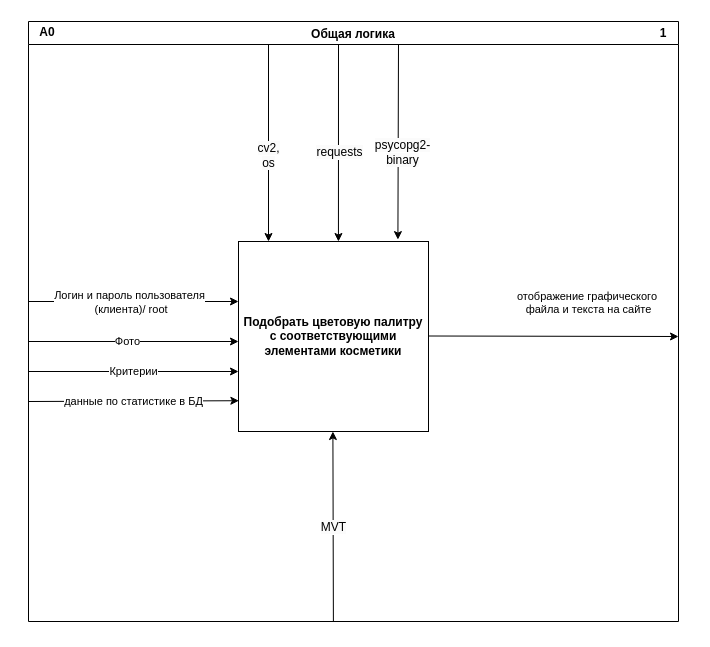
This is page "Общая логика (А0)" (1 of 7) of documentation/Диаграмма без названия.drawio from DashaTkach/Project, a draw.io file, before an edit. Source tidied: cells renumbered, new cells numbered last; positions are measured from the earlier drawing's top-left corner, leaving out a move shared by most shapes. Both pictures are drawn from the tidied source at 100%, with x=0, y=0 at pixel (17, 17).
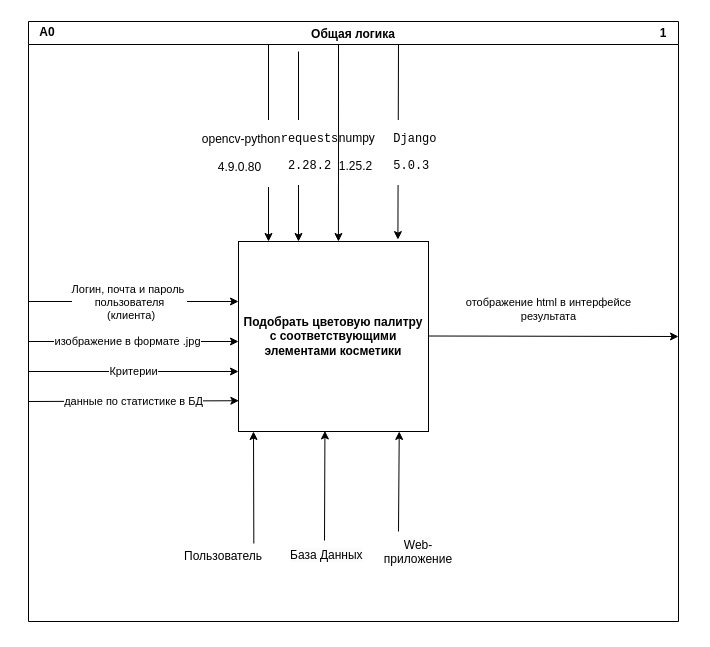
The same diagram, later.

Unchanged cells that the change refers to:
```xml
<mxCell id="2" value="&lt;b&gt;Подобрать цветовую палитру с соответствующими элементами косметики&lt;/b&gt;" style="whiteSpace=wrap;html=1;" parent="1" vertex="1">
  <mxGeometry x="221" y="224" width="190" height="190" as="geometry" />
</mxCell>
<mxCell id="5" style="endArrow=classic;html=1;rounded=0;entryX=0.75;entryY=0;entryDx=0;entryDy=0;" parent="1" edge="1">
  <mxGeometry relative="1" as="geometry">
    <mxPoint x="251" y="24" as="sourcePoint" />
    <mxPoint x="251" y="224" as="targetPoint" />
  </mxGeometry>
</mxCell>
<mxCell id="7" style="endArrow=classic;html=1;rounded=0;entryX=0.526;entryY=0;entryDx=0;entryDy=0;entryPerimeter=0;" parent="1" edge="1" target="2">
  <mxGeometry relative="1" as="geometry">
    <mxPoint x="321" y="24" as="sourcePoint" />
  </mxGeometry>
</mxCell>
<mxCell id="9" style="endArrow=classic;html=1;rounded=0;entryX=0.839;entryY=-0.01;entryDx=0;entryDy=0;entryPerimeter=0;" parent="1" edge="1" target="2">
  <mxGeometry relative="1" as="geometry">
    <mxPoint x="381" y="24" as="sourcePoint" />
  </mxGeometry>
</mxCell>
<mxCell id="12" value="Общая логика" style="swimlane;" parent="1" vertex="1">
  <mxGeometry x="11" y="4" width="650" height="600" as="geometry" />
</mxCell>
<mxCell id="16" style="endArrow=classic;html=1;rounded=0;" parent="12" edge="1">
  <mxGeometry relative="1" as="geometry">
    <mxPoint y="320" as="sourcePoint" />
    <mxPoint x="210" y="320" as="targetPoint" />
  </mxGeometry>
</mxCell>
```

The edit, as a diff of the source:
```diff
@@
-    <mxCell id="6" value="&lt;span style=&quot;font-size: 12px; text-wrap: wrap; background-color: rgb(251, 251, 251);&quot;&gt;cv2, os&lt;/span&gt;" style="edgeLabel;html=1;align=center;verticalAlign=middle;" parent="5" vertex="1">
-      <mxGeometry x="0.13" y="-1" relative="1" as="geometry" />
+    <mxCell id="6" value="&lt;pre style=&quot;font-size: 12px; text-align: left;&quot;&gt;&lt;font face=&quot;Helvetica&quot;&gt; opencv-python&lt;/font&gt;&lt;/pre&gt;&lt;pre style=&quot;font-size: 12px;&quot;&gt;&lt;font face=&quot;Helvetica&quot;&gt;4.9.0.80&lt;/font&gt;&lt;/pre&gt;" style="edgeLabel;html=1;align=center;verticalAlign=middle;" parent="5" vertex="1">
+      <mxGeometry x="0.13" y="-1" relative="1" as="geometry">
+        <mxPoint x="-29" y="-2" as="offset" />
+      </mxGeometry>
     </mxCell>
@@
-    <mxCell id="8" value="&lt;span style=&quot;font-size: 12px; text-wrap: wrap; background-color: rgb(251, 251, 251);&quot;&gt;requests&lt;/span&gt;" style="edgeLabel;html=1;align=center;verticalAlign=middle;" parent="7" vertex="1">
+    <mxCell id="8" value="&lt;pre style=&quot;font-size: 12px; text-align: left;&quot;&gt;&lt;font face=&quot;Helvetica&quot;&gt;numpy &lt;/font&gt;&lt;/pre&gt;&lt;pre style=&quot;font-size: 12px; text-align: left;&quot;&gt;&lt;font face=&quot;Helvetica&quot;&gt;1.25.2&lt;/font&gt;&lt;/pre&gt;" style="edgeLabel;html=1;align=center;verticalAlign=middle;" parent="7" vertex="1">
       <mxGeometry x="0.39" y="1" relative="1" as="geometry">
-        <mxPoint y="-29" as="offset" />
+        <mxPoint x="19" y="-29" as="offset" />
       </mxGeometry>
     </mxCell>
@@
-    <mxCell id="10" value="&lt;span style=&quot;font-size: 12px; text-wrap: wrap; background-color: rgb(251, 251, 251);&quot;&gt;psycopg2-binary&lt;/span&gt;" style="edgeLabel;html=1;align=center;verticalAlign=middle;" parent="9" vertex="1">
+    <mxCell id="10" value="&lt;pre style=&quot;font-size: 12px; text-align: left;&quot;&gt;Django &lt;/pre&gt;&lt;pre style=&quot;font-size: 12px; text-align: left;&quot;&gt;5.0.3&lt;/pre&gt;" style="edgeLabel;html=1;align=center;verticalAlign=middle;" parent="9" vertex="1">
       <mxGeometry x="-0.08" y="2" relative="1" as="geometry">
-        <mxPoint x="2" y="19" as="offset" />
+        <mxPoint x="18" y="19" as="offset" />
       </mxGeometry>
     </mxCell>
-    <mxCell id="11" value="отображение графического&amp;nbsp;&lt;div&gt;файла и текста на сайте&lt;div&gt;&lt;br&gt;&lt;/div&gt;&lt;/div&gt;" style="edgeLabel;html=1;align=center;verticalAlign=middle;" parent="1" vertex="1">
-      <mxGeometry x="151" y="254" as="geometry">
-        <mxPoint x="419" y="37" as="offset" />
-      </mxGeometry>
-    </mxCell>
@@
-    <mxCell id="14" style="endArrow=classic;html=1;rounded=0;entryX=0.25;entryY=1;entryDx=0;entryDy=0;" parent="12" edge="1">
-      <mxGeometry relative="1" as="geometry">
-        <mxPoint x="304.9" y="600" as="sourcePoint" />
-        <mxPoint x="304.4" y="410" as="targetPoint" />
-      </mxGeometry>
-    </mxCell>
-    <mxCell id="15" value="&lt;span style=&quot;font-size: 12px; text-wrap: wrap; background-color: rgb(251, 251, 251);&quot;&gt;MVT&lt;/span&gt;" style="edgeLabel;html=1;align=center;verticalAlign=middle;" parent="14" vertex="1">
-      <mxGeometry x="-0.23" relative="1" as="geometry">
-        <mxPoint y="-22" as="offset" />
-      </mxGeometry>
-    </mxCell>
@@
-    <mxCell id="17" value="Фото" style="edgeLabel;html=1;align=center;verticalAlign=middle;" parent="16" vertex="1">
+    <mxCell id="17" value="изображение в формате .jpg" style="edgeLabel;html=1;align=center;verticalAlign=middle;" parent="16" vertex="1">
       <mxGeometry x="-0.07" y="1" relative="1" as="geometry" />
     </mxCell>
@@
-    <mxCell id="20" value="Логин и пароль пользователя&lt;div&gt;&amp;nbsp;(клиента)/ root&lt;/div&gt;" style="edgeLabel;html=1;align=center;verticalAlign=middle;" parent="12" vertex="1">
+    <mxCell id="20" value="Логин, почта и пароль&amp;nbsp;&lt;div&gt;пользователя&lt;div&gt;&amp;nbsp;(клиента)&lt;/div&gt;&lt;/div&gt;" style="edgeLabel;html=1;align=center;verticalAlign=middle;" parent="12" vertex="1">
       <mxGeometry x="100" y="280" as="geometry" />
     </mxCell>
+    <mxCell id="22" style="endArrow=classic;html=1;rounded=0;entryX=0.75;entryY=0;entryDx=0;entryDy=0;" parent="12" edge="1">
+      <mxGeometry relative="1" as="geometry">
+        <mxPoint x="270" y="30" as="sourcePoint" />
+        <mxPoint x="270" y="220" as="targetPoint" />
+      </mxGeometry>
+    </mxCell>
+    <mxCell id="23" value="&lt;pre style=&quot;font-size: 12px; text-align: left;&quot;&gt;requests&lt;/pre&gt;&lt;pre style=&quot;font-size: 12px;&quot;&gt;2.28.2&lt;/pre&gt;" style="edgeLabel;html=1;align=center;verticalAlign=middle;" parent="22" vertex="1">
+      <mxGeometry x="0.13" y="-1" relative="1" as="geometry">
+        <mxPoint x="11" y="-7" as="offset" />
+      </mxGeometry>
+    </mxCell>
+    <mxCell id="24" value="&lt;span style=&quot;color: rgb(0, 0, 0); font-family: Helvetica; font-size: 12px; font-style: normal; font-variant-ligatures: normal; font-variant-caps: normal; font-weight: 400; letter-spacing: normal; orphans: 2; text-align: center; text-indent: 0px; text-transform: none; widows: 2; word-spacing: 0px; -webkit-text-stroke-width: 0px; white-space: normal; background-color: rgb(251, 251, 251); text-decoration-thickness: initial; text-decoration-style: initial; text-decoration-color: initial; display: inline !important; float: none;&quot;&gt;База Данных&lt;/span&gt;" style="text;whiteSpace=wrap;html=1;" parent="12" vertex="1">
+      <mxGeometry x="260" y="520" width="80" height="40" as="geometry" />
+    </mxCell>
+    <mxCell id="25" value="Пользователь" style="text;html=1;align=center;verticalAlign=middle;whiteSpace=wrap;rounded=0;" parent="12" vertex="1">
+      <mxGeometry x="150" y="520" width="90" height="30" as="geometry" />
+    </mxCell>
+    <mxCell id="26" value="&lt;span style=&quot;color: rgb(0, 0, 0); font-family: Helvetica; font-size: 12px; font-style: normal; font-variant-ligatures: normal; font-variant-caps: normal; font-weight: 400; letter-spacing: normal; orphans: 2; text-indent: 0px; text-transform: none; widows: 2; word-spacing: 0px; -webkit-text-stroke-width: 0px; white-space: normal; background-color: rgb(251, 251, 251); text-decoration-thickness: initial; text-decoration-style: initial; text-decoration-color: initial; float: none; display: inline !important;&quot;&gt;Web-приложение&lt;/span&gt;" style="text;whiteSpace=wrap;html=1;align=center;" parent="12" vertex="1">
+      <mxGeometry x="350" y="510" width="80" height="40" as="geometry" />
+    </mxCell>
+    <mxCell id="11" value="&lt;div&gt;&lt;div&gt;отображение html в интерфейсе&lt;div&gt;результата&lt;/div&gt;&lt;/div&gt;&lt;/div&gt;" style="edgeLabel;html=1;align=center;verticalAlign=middle;" parent="12" vertex="1">
+      <mxGeometry x="100" y="250" as="geometry">
+        <mxPoint x="419" y="37" as="offset" />
+      </mxGeometry>
+    </mxCell>
@@
+    <mxCell id="14" style="endArrow=classic;html=1;rounded=0;entryX=0.455;entryY=0.997;entryDx=0;entryDy=0;entryPerimeter=0;" parent="1" edge="1" target="2">
+      <mxGeometry relative="1" as="geometry">
+        <mxPoint x="307" y="523" as="sourcePoint" />
+      </mxGeometry>
+    </mxCell>
+    <mxCell id="27" style="endArrow=classic;html=1;rounded=0;exitX=0.837;exitY=0.068;exitDx=0;exitDy=0;exitPerimeter=0;" parent="1" edge="1" source="25">
+      <mxGeometry relative="1" as="geometry">
+        <mxPoint x="236" y="414" as="targetPoint" />
+      </mxGeometry>
+    </mxCell>
+    <mxCell id="28" style="endArrow=classic;html=1;rounded=0;exitX=0.25;exitY=0;exitDx=0;exitDy=0;entryX=0.846;entryY=1;entryDx=0;entryDy=0;entryPerimeter=0;" parent="1" edge="1" source="26" target="2">
+      <mxGeometry relative="1" as="geometry" />
+    </mxCell>
```
